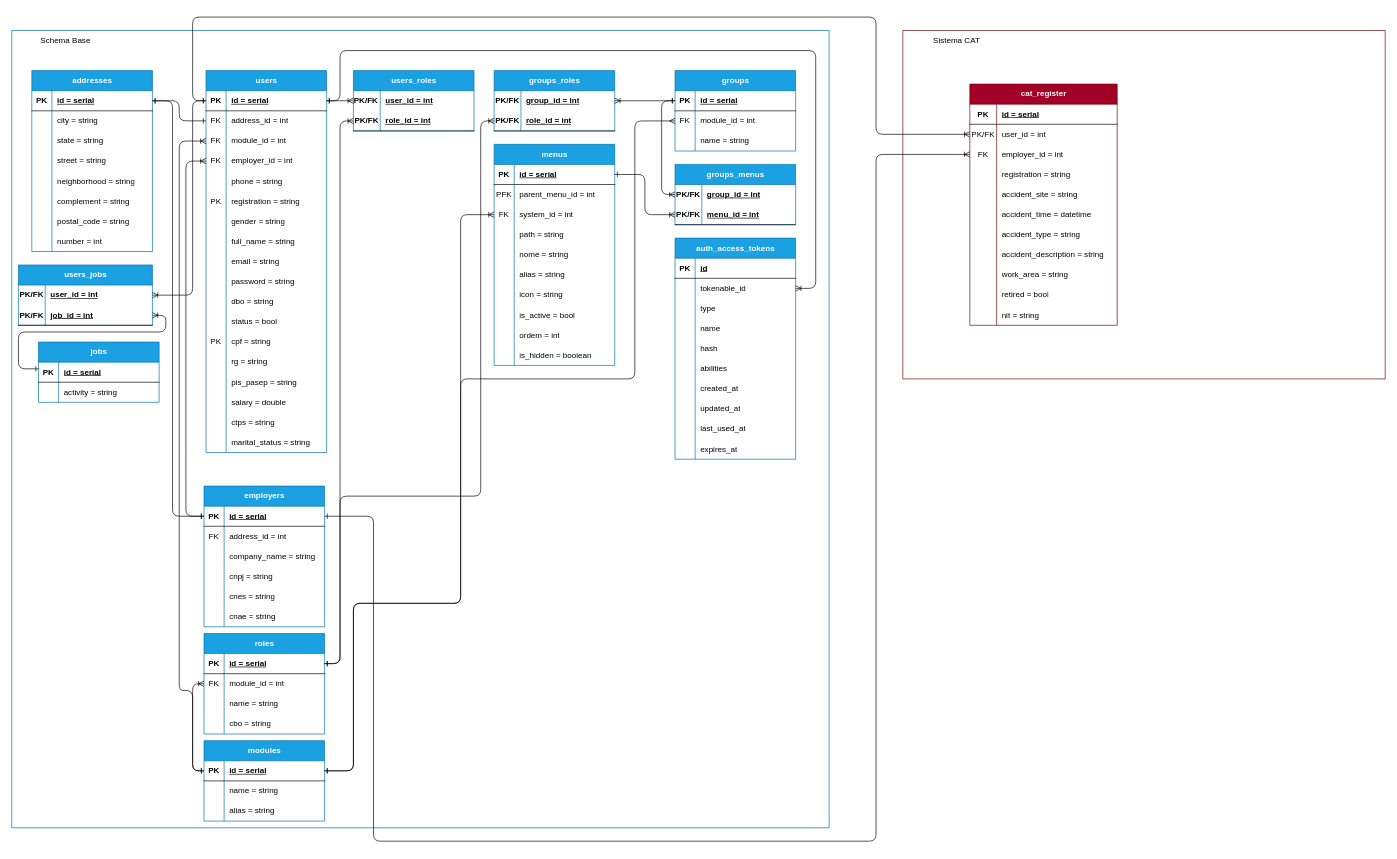
Above: projeto_base/SistemaBaseUmbrella.drawio in DCOMP-UFS/coffee_rep_umbrella_documentacao (draw.io), before the change. Source tidied: cells renumbered, new cells numbered last; positions are measured from the earlier drawing's top-left corner, leaving out a move shared by most shapes. Both pictures are drawn from the tidied source at 67%, with x=0, y=0 at pixel (11, 17).
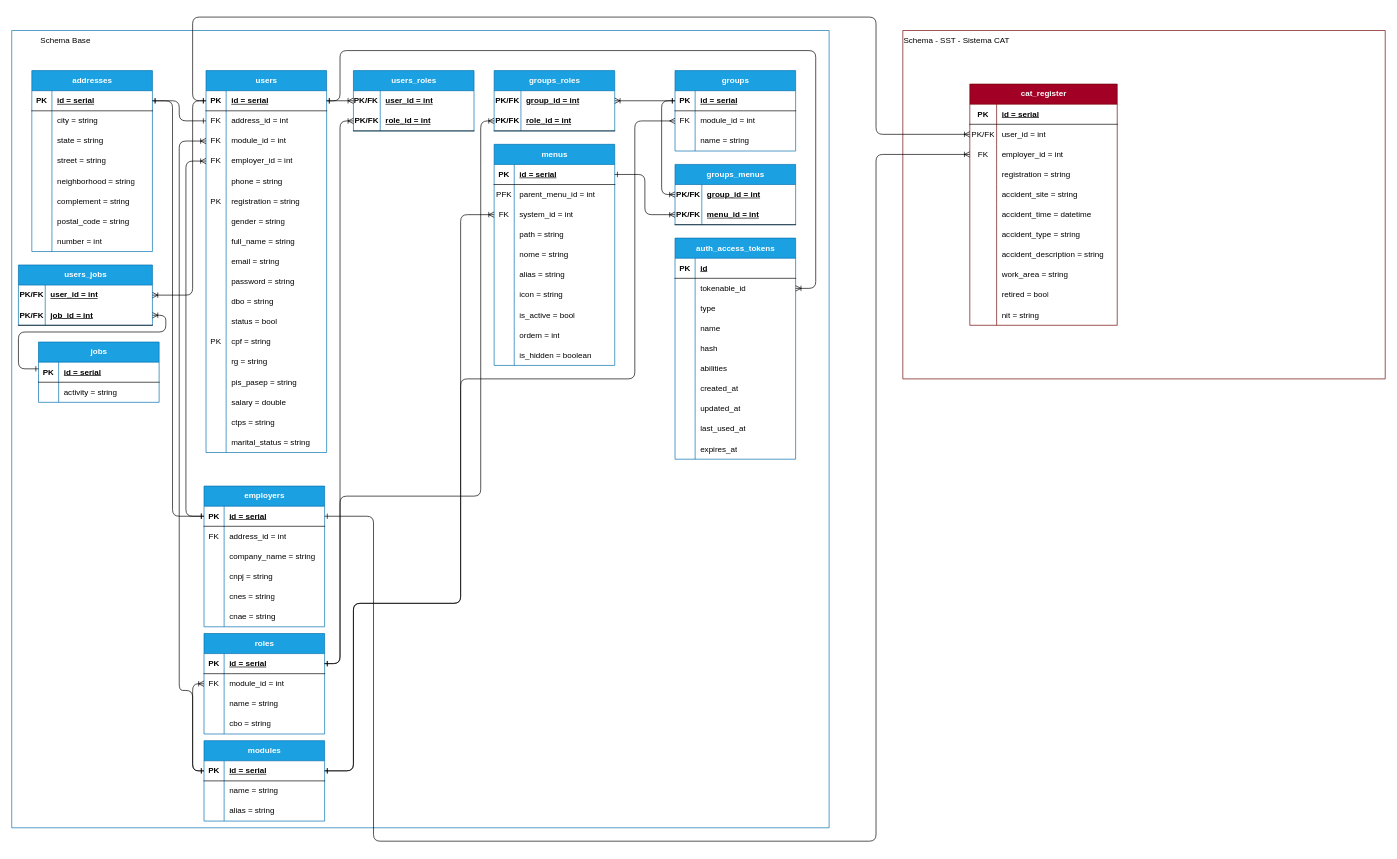
The same diagram, later.

Commit message:
hell yeahh

Unchanged cells that the change refers to:
```xml
<mxCell id="2" style="swimlane;startSize=0;fillColor=#a20025;fontColor=#ffffff;strokeColor=#6F0000;" parent="1" vertex="1">
  <mxGeometry x="1330" y="20" width="720" height="520" as="geometry" />
</mxCell>
```

Diff of the diagram source:
```diff
@@
-    <mxCell id="3" value="Sistema CAT" style="text;html=1;align=center;verticalAlign=middle;strokeColor=none;fillColor=none;" parent="2" vertex="1">
-      <mxGeometry x="35" width="90" height="30" as="geometry" />
+    <mxCell id="3" value="Schema - SST - Sistema CAT" style="text;html=1;align=center;verticalAlign=middle;strokeColor=none;fillColor=none;" parent="2" vertex="1">
+      <mxGeometry x="-10" width="180" height="30" as="geometry" />
     </mxCell>
```
